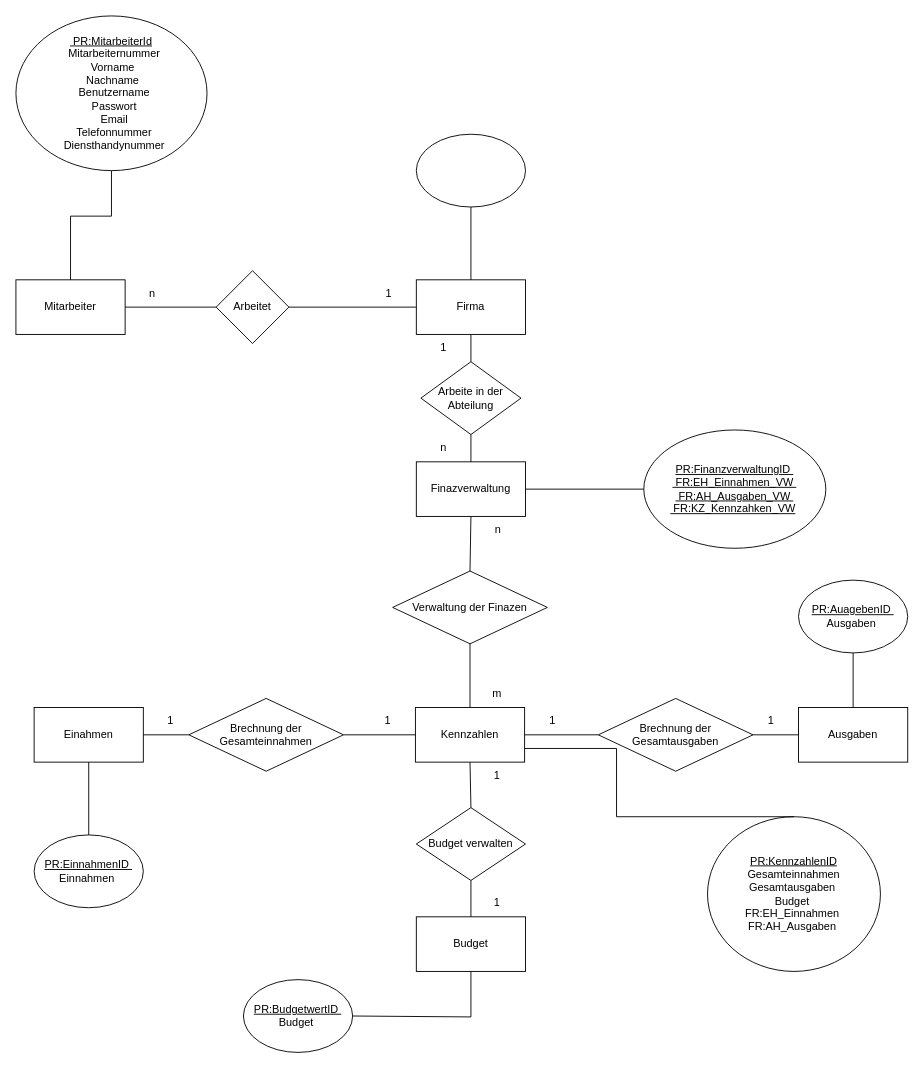
Earlier version of the draw.io diagram Planungsdokumente/Datenbank Moddel Finanzverwaltung.drawio (Dome12344/Finanzverwaltung). Source tidied: cells renumbered, new cells numbered last; positions are measured from the earlier drawing's top-left corner, leaving out a move shared by most shapes. Both pictures are drawn from the tidied source at 91%, with x=0, y=0 at pixel (15, 15).
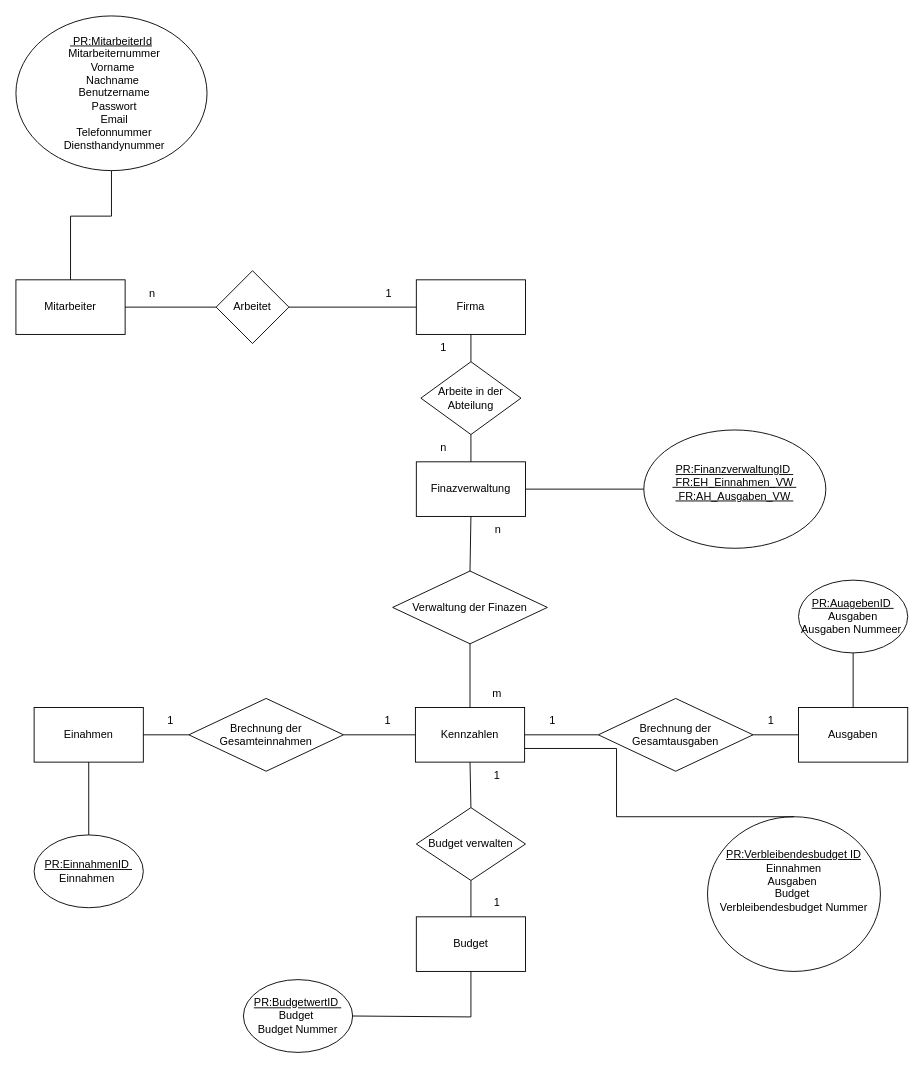
The same page after the edit.

The change refers to these unchanged cells:
```xml
<mxCell id="3" value="Firma" style="rounded=0;whiteSpace=wrap;html=1;" parent="1" vertex="1">
  <mxGeometry x="440" y="290" width="120" height="60" as="geometry" />
</mxCell>
```

What changed in the source:
```diff
@@
-    <mxCell id="35" value="&lt;div&gt;&lt;u&gt;PR:AuagebenID&amp;nbsp;&lt;/u&gt;&lt;/div&gt;&lt;div&gt;Ausgaben&amp;nbsp;&lt;/div&gt;" style="ellipse;whiteSpace=wrap;html=1;" parent="1" vertex="1">
+    <mxCell id="35" value="&lt;div&gt;&lt;u&gt;PR:AuagebenID&amp;nbsp;&lt;/u&gt;&lt;/div&gt;&lt;div&gt;Ausgaben&lt;/div&gt;&lt;div&gt;Ausgaben Nummeer&amp;nbsp;&lt;/div&gt;" style="ellipse;whiteSpace=wrap;html=1;" parent="1" vertex="1">
       <mxGeometry x="860" y="620" width="120" height="80" as="geometry" />
     </mxCell>
-    <mxCell id="36" value="&lt;div&gt;&lt;u&gt;PR:FinanzverwaltungID&amp;nbsp;&lt;/u&gt;&lt;/div&gt;&lt;div&gt;&lt;u&gt;&lt;span style=&quot;background-color: initial;&quot;&gt;&amp;nbsp;FR:EH_Einnahmen_VW&amp;nbsp;&lt;/span&gt;&lt;/u&gt;&lt;/div&gt;&lt;div&gt;&lt;span style=&quot;background-color: initial;&quot;&gt;&lt;u&gt;&amp;nbsp;FR:AH_Ausgaben_VW&amp;nbsp;&lt;/u&gt;&lt;/span&gt;&lt;/div&gt;&lt;div&gt;&lt;span style=&quot;background-color: initial;&quot;&gt;&lt;u&gt;&amp;nbsp;FR:KZ_Kennzahken_VW&lt;/u&gt;&amp;nbsp;&lt;/span&gt;&lt;/div&gt;" style="ellipse;whiteSpace=wrap;html=1;" parent="1" vertex="1">
+    <mxCell id="36" value="&lt;div&gt;&lt;u&gt;PR:FinanzverwaltungID&amp;nbsp;&lt;/u&gt;&lt;/div&gt;&lt;div&gt;&lt;u&gt;&lt;span style=&quot;background-color: initial;&quot;&gt;&amp;nbsp;FR:EH_Einnahmen_VW&amp;nbsp;&lt;/span&gt;&lt;/u&gt;&lt;/div&gt;&lt;div&gt;&lt;span style=&quot;background-color: initial;&quot;&gt;&lt;u&gt;&amp;nbsp;FR:AH_Ausgaben_VW&amp;nbsp;&lt;/u&gt;&lt;/span&gt;&lt;/div&gt;&lt;div&gt;&lt;span style=&quot;background-color: initial;&quot;&gt;&amp;nbsp;&lt;/span&gt;&lt;/div&gt;" style="ellipse;whiteSpace=wrap;html=1;" parent="1" vertex="1">
       <mxGeometry x="690" y="455" width="200" height="130" as="geometry" />
     </mxCell>
-    <mxCell id="37" style="ellipse;whiteSpace=wrap;html=1;" parent="1" vertex="1">
-      <mxGeometry x="440" y="130" width="120" height="80" as="geometry" />
-    </mxCell>
-    <mxCell id="38" value="&lt;div&gt;&lt;u&gt;PR:KennzahlenID&lt;/u&gt;&lt;/div&gt;&lt;div&gt;Gesamteinnahmen&lt;/div&gt;&lt;div&gt;Gesamtausgaben&amp;nbsp;&lt;/div&gt;&lt;div&gt;Budget&amp;nbsp;&lt;/div&gt;&lt;div&gt;FR:EH_Einnahmen&amp;nbsp;&lt;/div&gt;&lt;div&gt;&lt;span style=&quot;background-color: initial;&quot;&gt;FR:AH_Ausgaben&amp;nbsp;&lt;br&gt;&lt;/span&gt;&lt;/div&gt;" style="ellipse;whiteSpace=wrap;html=1;" parent="1" vertex="1">
+    <mxCell id="38" value="&lt;div&gt;&lt;u&gt;PR:Verbleibendesbudget ID&lt;/u&gt;&lt;/div&gt;&lt;div&gt;&lt;span style=&quot;background-color: transparent; color: light-dark(rgb(0, 0, 0), rgb(255, 255, 255));&quot;&gt;Einnahmen&lt;/span&gt;&lt;/div&gt;&lt;div&gt;Ausgaben&amp;nbsp;&lt;/div&gt;&lt;div&gt;Budget&amp;nbsp;&lt;/div&gt;&lt;div&gt;Verbleibendesbudget Nummer&lt;/div&gt;&lt;div&gt;&lt;br&gt;&lt;/div&gt;&lt;div&gt;&lt;span style=&quot;background-color: initial;&quot;&gt;&lt;br&gt;&lt;/span&gt;&lt;/div&gt;" style="ellipse;whiteSpace=wrap;html=1;" parent="1" vertex="1">
       <mxGeometry x="760" y="880" width="190" height="170" as="geometry" />
     </mxCell>
@@
-    <mxCell id="44" style="endArrow=none;html=1;rounded=0;exitX=0.5;exitY=0;exitDx=0;exitDy=0;entryX=0.5;entryY=1;entryDx=0;entryDy=0;" parent="1" edge="1" source="3" target="37">
-      <mxGeometry relative="1" as="geometry" />
-    </mxCell>
@@
-    <mxCell id="47" value="&lt;div&gt;&lt;u&gt;PR:BudgetwertID&amp;nbsp;&lt;/u&gt;&lt;/div&gt;&lt;div&gt;Budget&amp;nbsp;&lt;/div&gt;" style="ellipse;whiteSpace=wrap;html=1;" parent="1" vertex="1">
+    <mxCell id="47" value="&lt;div&gt;&lt;u&gt;PR:BudgetwertID&amp;nbsp;&lt;/u&gt;&lt;/div&gt;&lt;div&gt;Budget&amp;nbsp;&lt;/div&gt;&lt;div&gt;Budget Nummer&lt;/div&gt;" style="ellipse;whiteSpace=wrap;html=1;" parent="1" vertex="1">
       <mxGeometry x="250" y="1059" width="120" height="80" as="geometry" />
     </mxCell>
```
